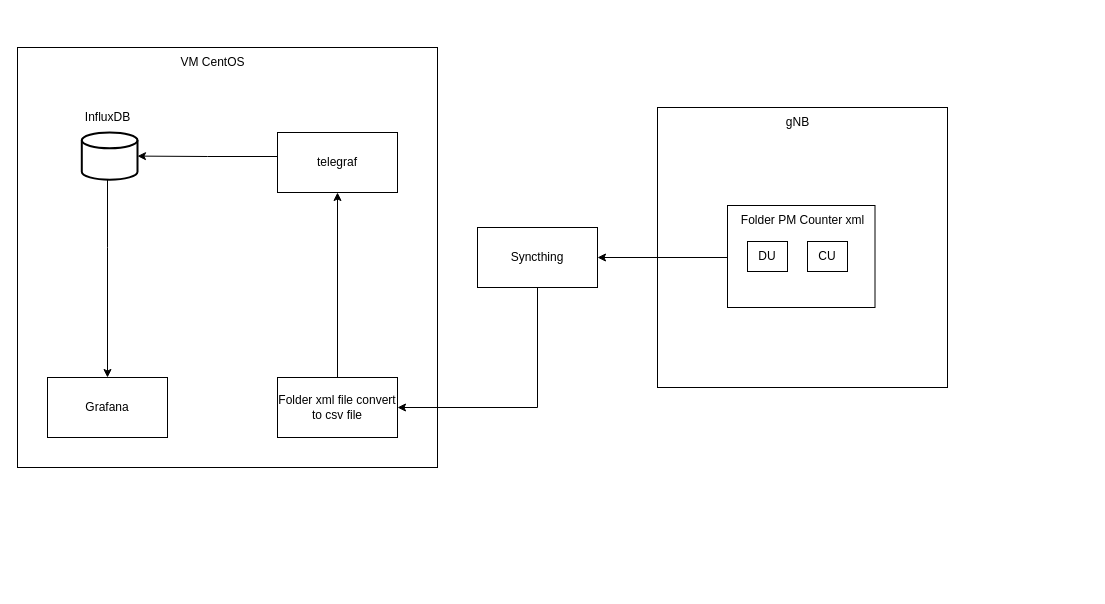
Before: Document_Probation/TIG.drawio in lethanhhai279/TMA, a draw.io diagram. Source tidied: cells renumbered, new cells numbered last; positions are measured from the earlier drawing's top-left corner, leaving out a move shared by most shapes. Both pictures are drawn from the tidied source at 100%, with x=0, y=0 at pixel (17, 47).
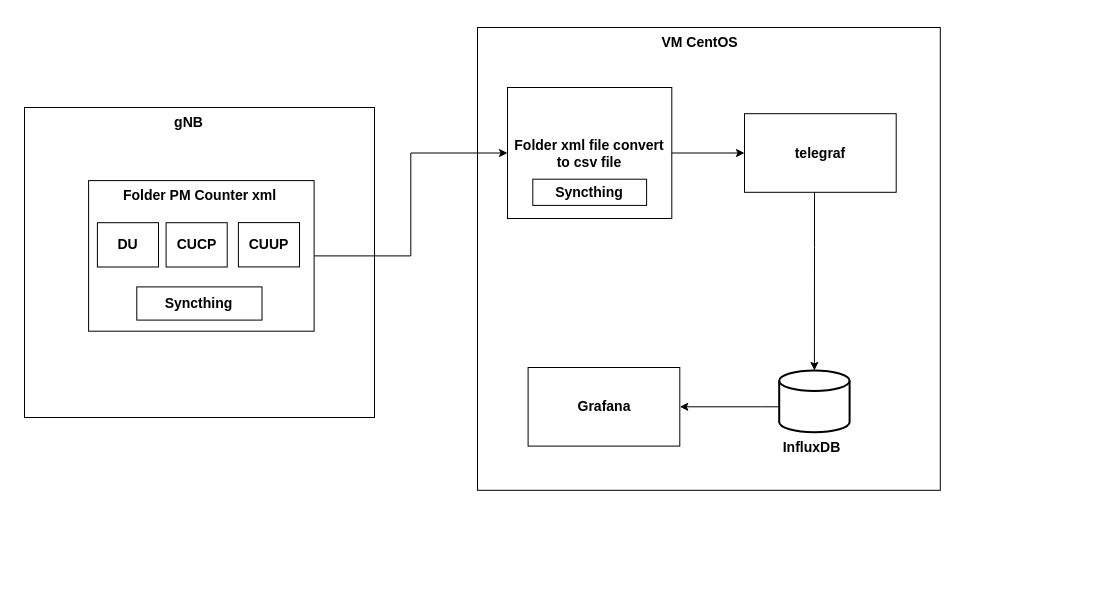
After the change.

Change to the diagram source:
```diff
@@
     <mxCell id="2" style="group;" parent="1" vertex="1">
-      <mxGeometry x="10" width="420" height="420" as="geometry" />
+      <mxGeometry x="460" y="-30" width="610" height="570" as="geometry" />
     </mxCell>
+    <mxCell id="24" style="group;" parent="2" vertex="1">
+      <mxGeometry y="10" width="530.9" height="556.9" as="geometry" />
+    </mxCell>
-    <mxCell id="3" style="whiteSpace=wrap;html=1;" parent="2" vertex="1">
-      <mxGeometry x="-10" width="420" height="420" as="geometry" />
+    <mxCell id="3" style="whiteSpace=wrap;html=1;" parent="24" vertex="1">
+      <mxGeometry width="462.8" height="462.8" as="geometry" />
     </mxCell>
-    <mxCell id="4" value="Grafana" style="rounded=0;whiteSpace=wrap;html=1;" parent="2" vertex="1">
-      <mxGeometry x="20" y="330" width="120" height="60" as="geometry" />
+    <mxCell id="4" value="&lt;b&gt;&lt;font style=&quot;font-size: 14px;&quot;&gt;Grafana&lt;/font&gt;&lt;/b&gt;" style="rounded=0;whiteSpace=wrap;html=1;" parent="24" vertex="1">
+      <mxGeometry x="50.6" y="340" width="151.7" height="78.6" as="geometry" />
     </mxCell>
-    <mxCell id="5" style="edgeStyle=orthogonalEdgeStyle;rounded=0;jettySize=auto;html=1;entryX=1;entryY=0.5;entryDx=0;entryDy=0;entryPerimeter=0;" parent="2" edge="1" source="6" target="12">
+    <mxCell id="5" style="edgeStyle=orthogonalEdgeStyle;rounded=0;jettySize=auto;html=1;entryX=0.5;entryY=0;entryDx=0;entryDy=0;entryPerimeter=0;" parent="24" edge="1" source="6" target="12">
       <mxGeometry relative="1" as="geometry">
         <Array as="points">
-          <mxPoint x="180" y="109" />
-          <mxPoint x="180" y="109" />
+          <mxPoint x="337" y="220" />
+          <mxPoint x="337" y="220" />
         </Array>
       </mxGeometry>
     </mxCell>
-    <mxCell id="6" value="telegraf" style="rounded=0;whiteSpace=wrap;html=1;" parent="2" vertex="1">
-      <mxGeometry x="250" y="85" width="120" height="60" as="geometry" />
+    <mxCell id="6" value="&lt;font style=&quot;font-size: 14px;&quot;&gt;&lt;b&gt;telegraf&lt;/b&gt;&lt;/font&gt;" style="rounded=0;whiteSpace=wrap;html=1;" parent="24" vertex="1">
+      <mxGeometry x="267" y="86.2" width="151.7" height="78.6" as="geometry" />
     </mxCell>
-    <mxCell id="7" value="VM CentOS" style="text;html=1;align=center;verticalAlign=middle;strokeColor=none;fillColor=none;" parent="2" vertex="1">
-      <mxGeometry x="140" width="90" height="30" as="geometry" />
+    <mxCell id="7" value="&lt;font style=&quot;font-size: 14px;&quot;&gt;&lt;b&gt;VM CentOS&lt;/b&gt;&lt;/font&gt;" style="text;html=1;align=center;verticalAlign=middle;strokeColor=none;fillColor=none;" parent="24" vertex="1">
+      <mxGeometry x="172" width="100" height="30" as="geometry" />
     </mxCell>
+    <mxCell id="25" style="group;" parent="24" vertex="1">
+      <mxGeometry x="30" y="60" width="164.3" height="131" as="geometry" />
+    </mxCell>
+    <mxCell id="9" value="&lt;b&gt;&lt;font style=&quot;font-size: 14px;&quot;&gt;Folder xml file convert to csv file&lt;/font&gt;&lt;/b&gt;" style="rounded=0;whiteSpace=wrap;html=1;" parent="25" vertex="1">
+      <mxGeometry width="164.3" height="131" as="geometry" />
+    </mxCell>
+    <mxCell id="22" value="&lt;font style=&quot;font-size: 14px;&quot;&gt;&lt;b&gt;Syncthing&lt;/b&gt;&lt;/font&gt;" style="rounded=0;whiteSpace=wrap;html=1;" parent="25" vertex="1">
+      <mxGeometry x="25.3" y="91.7" width="113.8" height="26.2" as="geometry" />
+    </mxCell>
-    <mxCell id="8" style="edgeStyle=orthogonalEdgeStyle;rounded=0;jettySize=auto;html=1;entryX=0.5;entryY=1;entryDx=0;entryDy=0;" parent="2" edge="1" source="9" target="6">
+    <mxCell id="8" style="edgeStyle=orthogonalEdgeStyle;rounded=0;jettySize=auto;html=1;entryX=0;entryY=0.5;entryDx=0;entryDy=0;" parent="24" edge="1" source="9" target="6">
       <mxGeometry relative="1" as="geometry" />
     </mxCell>
-    <mxCell id="9" value="Folder xml file convert to csv file" style="rounded=0;whiteSpace=wrap;html=1;" parent="2" vertex="1">
-      <mxGeometry x="250" y="330" width="120" height="60" as="geometry" />
-    </mxCell>
-    <mxCell id="10" value="InfluxDB" style="text;html=1;align=center;verticalAlign=middle;strokeColor=none;fillColor=none;" parent="2" vertex="1">
-      <mxGeometry x="45" y="55" width="70" height="30" as="geometry" />
-    </mxCell>
+    <mxCell id="13" style="edgeStyle=orthogonalEdgeStyle;rounded=0;jettySize=auto;html=1;entryX=1;entryY=0.5;entryDx=0;entryDy=0;" parent="24" edge="1" source="12" target="4">
+      <mxGeometry relative="1" as="geometry">
+        <Array as="points">
+          <mxPoint x="284" y="380" />
+        </Array>
+      </mxGeometry>
+    </mxCell>
+    <mxCell id="26" style="group;" parent="24" vertex="1">
+      <mxGeometry x="290" y="303.6" width="88.5" height="150.7" as="geometry" />
+    </mxCell>
-    <mxCell id="11" style="group;" parent="2" vertex="1">
-      <mxGeometry x="45" y="85" width="65" height="85" as="geometry" />
+    <mxCell id="11" style="group;" parent="26" vertex="1">
+      <mxGeometry y="39.3" width="84.2" height="111.4" as="geometry" />
     </mxCell>
     <mxCell id="12" style="strokeWidth=2;html=1;shape=mxgraph.flowchart.database;whiteSpace=wrap;" parent="11" vertex="1">
-      <mxGeometry x="9.3" width="55.7" height="47.2" as="geometry" />
+      <mxGeometry x="11.7" width="70.4" height="61.9" as="geometry" />
     </mxCell>
-    <mxCell id="13" style="edgeStyle=orthogonalEdgeStyle;rounded=0;jettySize=auto;html=1;" parent="2" edge="1" source="12" target="4">
-      <mxGeometry relative="1" as="geometry">
-        <Array as="points">
-          <mxPoint x="80" y="200" />
-          <mxPoint x="80" y="200" />
-        </Array>
-      </mxGeometry>
-    </mxCell>
+    <mxCell id="10" value="&lt;font style=&quot;font-size: 14px;&quot;&gt;&lt;b&gt;InfluxDB&lt;/b&gt;&lt;/font&gt;" style="text;html=1;align=center;verticalAlign=middle;strokeColor=none;fillColor=none;" parent="11" vertex="1">
+      <mxGeometry x="4.2" y="61.9" width="80" height="30" as="geometry" />
+    </mxCell>
     <mxCell id="14" style="group;" parent="1" vertex="1">
-      <mxGeometry x="640" y="60" width="290" height="280" as="geometry" />
+      <mxGeometry x="7" y="60" width="350" height="310" as="geometry" />
     </mxCell>
     <mxCell id="15" style="rounded=0;whiteSpace=wrap;html=1;" parent="14" vertex="1">
-      <mxGeometry width="290" height="280" as="geometry" />
+      <mxGeometry width="350" height="310" as="geometry" />
     </mxCell>
-    <mxCell id="16" value="gNB" style="text;html=1;align=center;verticalAlign=middle;strokeColor=none;fillColor=none;" parent="14" vertex="1">
-      <mxGeometry x="114.8" width="50" height="30" as="geometry" />
+    <mxCell id="16" value="&lt;font style=&quot;font-size: 14px;&quot;&gt;&lt;b&gt;gNB&lt;/b&gt;&lt;/font&gt;" style="text;html=1;align=center;verticalAlign=middle;strokeColor=none;fillColor=none;" parent="14" vertex="1">
+      <mxGeometry x="138.5" width="50" height="30" as="geometry" />
     </mxCell>
+    <mxCell id="27" style="group;" parent="14" vertex="1">
+      <mxGeometry x="60.3" y="73.1" width="229.3" height="150.6" as="geometry" />
+    </mxCell>
-    <mxCell id="17" style="rounded=0;whiteSpace=wrap;html=1;" parent="14" vertex="1">
-      <mxGeometry x="70" y="98" width="147.5" height="102" as="geometry" />
+    <mxCell id="17" style="rounded=0;whiteSpace=wrap;html=1;" parent="27" vertex="1">
+      <mxGeometry x="3.8" width="225.5" height="150.6" as="geometry" />
     </mxCell>
-    <mxCell id="18" value="Folder PM Counter xml" style="text;html=1;align=center;verticalAlign=middle;strokeColor=none;fillColor=none;" parent="14" vertex="1">
-      <mxGeometry x="70" y="98" width="150" height="30" as="geometry" />
+    <mxCell id="18" value="&lt;b&gt;&lt;font style=&quot;font-size: 14px;&quot;&gt;Folder PM Counter xml&lt;/font&gt;&lt;/b&gt;" style="text;html=1;align=center;verticalAlign=middle;strokeColor=none;fillColor=none;" parent="27" vertex="1">
+      <mxGeometry x="24.6" width="180" height="30" as="geometry" />
     </mxCell>
-    <mxCell id="19" value="DU" style="rounded=0;whiteSpace=wrap;html=1;" parent="14" vertex="1">
-      <mxGeometry x="90" y="134" width="40" height="30" as="geometry" />
+    <mxCell id="19" value="&lt;font style=&quot;font-size: 14px;&quot;&gt;&lt;b&gt;DU&lt;/b&gt;&lt;/font&gt;" style="rounded=0;whiteSpace=wrap;html=1;" parent="27" vertex="1">
+      <mxGeometry x="12.6" y="42.1" width="61.1" height="44.3" as="geometry" />
     </mxCell>
-    <mxCell id="20" value="CU" style="rounded=0;whiteSpace=wrap;html=1;" parent="14" vertex="1">
-      <mxGeometry x="150" y="134" width="40" height="30" as="geometry" />
+    <mxCell id="20" value="&lt;font style=&quot;font-size: 14px;&quot;&gt;&lt;b&gt;CUCP&lt;/b&gt;&lt;/font&gt;" style="rounded=0;whiteSpace=wrap;html=1;" parent="27" vertex="1">
+      <mxGeometry x="81.3" y="42.1" width="61.1" height="44.3" as="geometry" />
     </mxCell>
-    <mxCell id="21" style="edgeStyle=orthogonalEdgeStyle;rounded=0;jettySize=auto;html=1;entryX=1;entryY=0.5;entryDx=0;entryDy=0;exitX=0.5;exitY=1;exitDx=0;exitDy=0;" parent="1" edge="1" source="22" target="9">
-      <mxGeometry relative="1" as="geometry">
-        <Array as="points">
-          <mxPoint x="520" y="360" />
-        </Array>
-      </mxGeometry>
-    </mxCell>
-    <mxCell id="22" value="Syncthing" style="rounded=0;whiteSpace=wrap;html=1;" parent="1" vertex="1">
-      <mxGeometry x="460" y="180" width="120" height="60" as="geometry" />
-    </mxCell>
-    <mxCell id="23" style="edgeStyle=orthogonalEdgeStyle;rounded=0;jettySize=auto;html=1;entryX=1;entryY=0.5;entryDx=0;entryDy=0;" parent="1" edge="1" source="17" target="22">
-      <mxGeometry relative="1" as="geometry">
-        <Array as="points">
-          <mxPoint x="730" y="210" />
-          <mxPoint x="730" y="210" />
-        </Array>
-      </mxGeometry>
-    </mxCell>
+    <mxCell id="28" value="&lt;font style=&quot;font-size: 14px;&quot;&gt;&lt;b&gt;Syncthing&lt;/b&gt;&lt;/font&gt;" style="rounded=0;whiteSpace=wrap;html=1;" parent="27" vertex="1">
+      <mxGeometry x="52" y="106.3" width="125.2" height="33.2" as="geometry" />
+    </mxCell>
+    <mxCell id="29" style="edgeStyle=orthogonalEdgeStyle;rounded=0;jettySize=auto;html=1;entryX=0;entryY=0.5;entryDx=0;entryDy=0;" parent="1" edge="1" source="17" target="9">
+      <mxGeometry relative="1" as="geometry" />
+    </mxCell>
+    <mxCell id="30" value="&lt;font style=&quot;font-size: 14px;&quot;&gt;&lt;b&gt;CUUP&lt;/b&gt;&lt;/font&gt;" style="rounded=0;whiteSpace=wrap;html=1;" parent="1" vertex="1">
+      <mxGeometry x="220.9" y="175.1" width="61.1" height="44.3" as="geometry" />
+    </mxCell>
```
